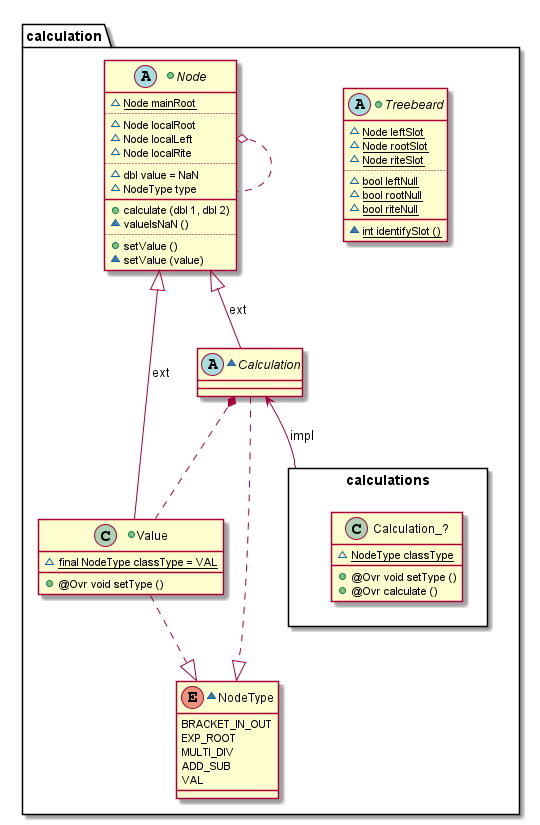
Above: src/main/resources/static/package_calculation_structure.png in vitalispopoff/calculator (PlantUML), before the change.
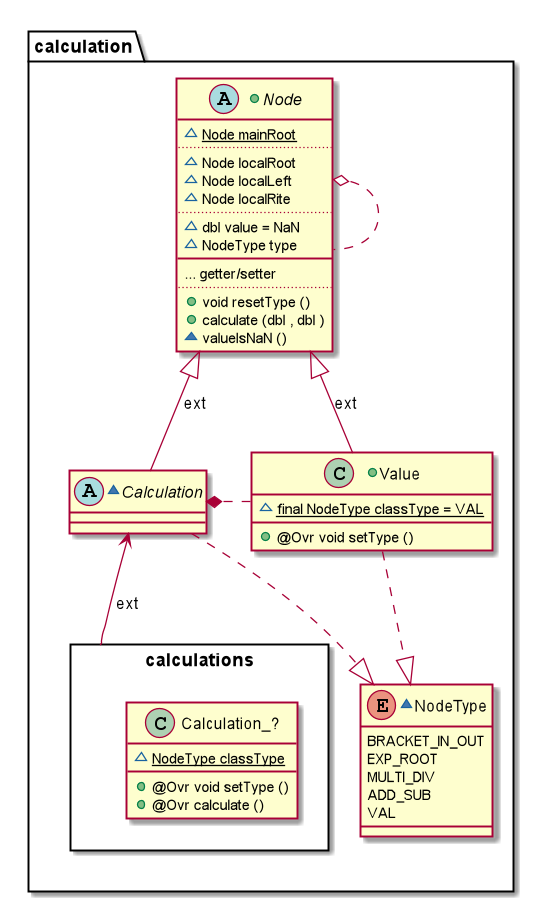
After the commit.

What changed in the source:
```diff
@@ -2,39 +2,28 @@
 
 package calculation{
 
-    +abstract Treebeard{
-            ~ {field} {static} Node leftSlot
-            ~ {field} {static} Node rootSlot
-            ~ {field} {static} Node riteSlot
-        ..
-            ~ {field} {static} bool leftNull
-            ~ {field} {static} bool rootNull
-            ~ {field} {static} bool riteNull
-        __
-            ~ {method} {static} int identifySlot ()
-    }
 
     +abstract Node{
-            ~ {static} Node mainRoot
+            ~   {static} Node mainRoot
         ..
-            ~ {field} Node localRoot
-            ~ {field} Node localLeft
-            ~ {field} Node localRite
+            ~   {field} Node localRoot
+            ~   {field} Node localLeft
+            ~   {field} Node localRite
         ..
-            ~ {field} dbl value = NaN
-            ~ {field} NodeType type
+            ~   {field} dbl value = NaN
+            ~   {field} NodeType type
         __
-            + {method} calculate (dbl 1, dbl 2)
-            ~ {method} valueIsNaN ()
+                {method} ... getter/setter
         ..
-            + {method} setValue ()
-            ~ {method} setValue (value)
+            +   {method} void resetType ()
+            +   {method} calculate (dbl , dbl )
+            ~   {method} valueIsNaN ()
     }
 
     +class Value{
-            ~ {static} final NodeType classType = VAL
+            ~   {static} final NodeType classType = VAL
             __
-            + {method} @Ovr void setType ()
+            +   {method} @Ovr void setType ()
     }
 
     ~abstract Calculation{
@@ -58,12 +47,12 @@
     }
 }
 
-    Node            o..     Node
-    Node            <|--    Value           : ext
+    Node            o.     Node
+    Node            <|-    Value           : ext
     Node            <|--    Calculation     : ext
-    Calculation     <--     calculations    : impl
-    Calculation     *..     Value
-    Calculation     ..|>    NodeType
+    Calculation     <--     calculations    : ext
+    Calculation     *.     Value
+    Calculation     .|>    NodeType
     Value           ..|>    NodeType
 
 @enduml
```
